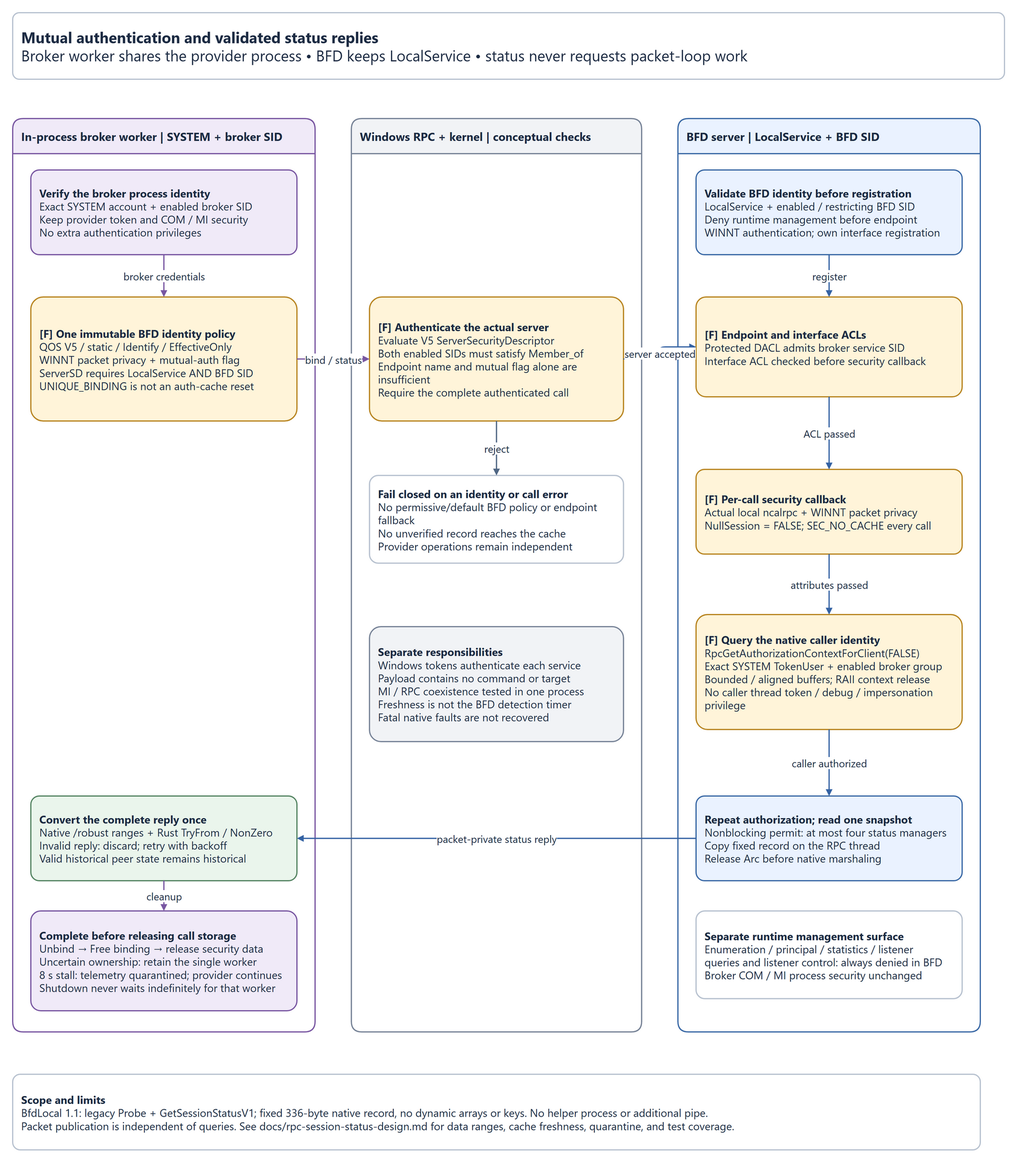
Earlier version of the draw.io export docs/images/service-communication-authentication.png (miketheitguy/bfd-winservice). Source tidied: cells renumbered, new cells last; positions are measured from the earlier drawing's top-left corner, leaving out a move shared by most shapes.
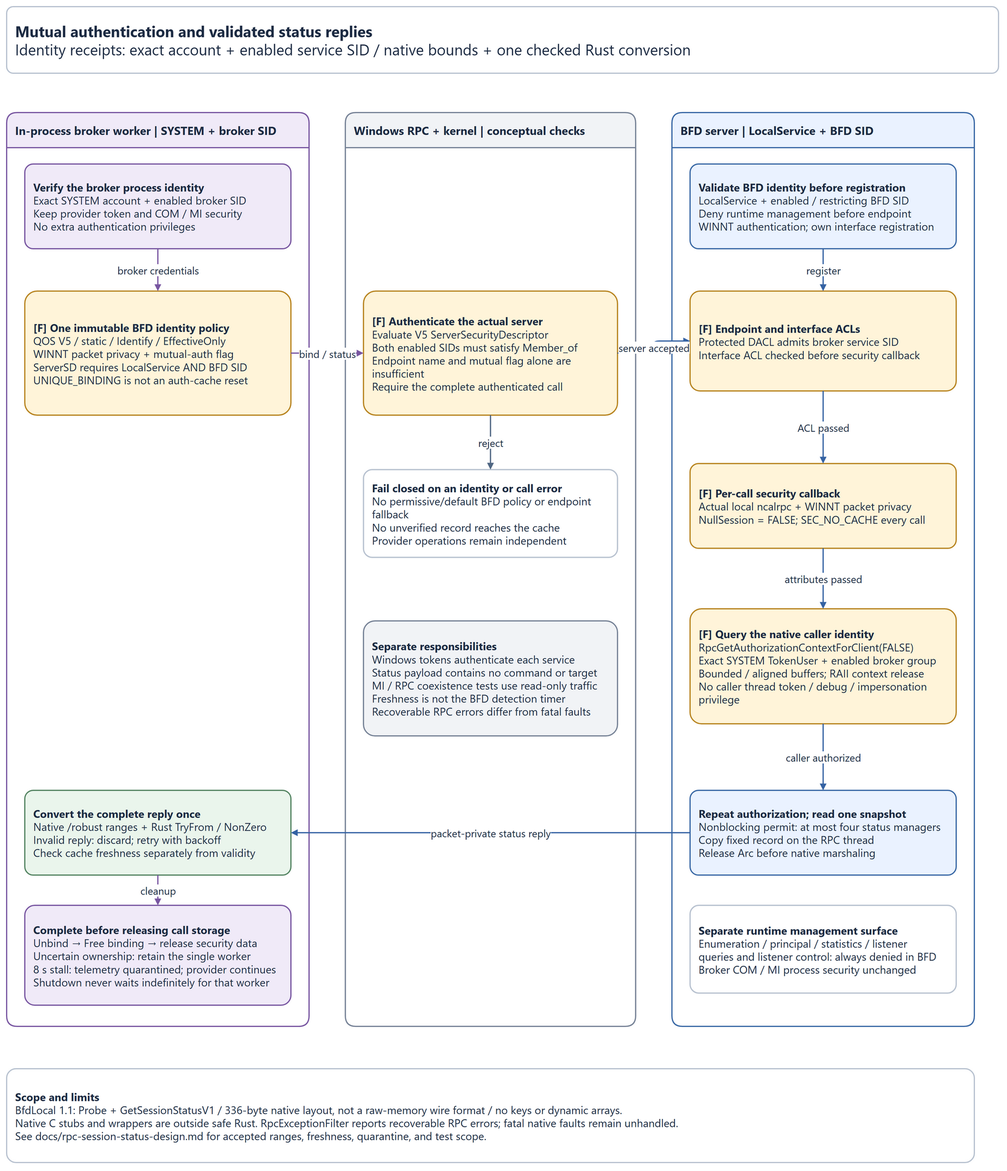
The same file after the commit.

Change to the diagram source:
```diff
@@ -2,7 +2,7 @@
   <root>
     <mxCell id="0" />
     <mxCell id="1" parent="0" />
-    <mxCell id="2" value="&lt;b&gt;Mutual authentication and validated status replies&lt;/b&gt;&lt;br&gt;Broker worker shares the provider process • BFD keeps LocalService • status never requests packet-loop work" style="rounded=1;arcSize=10;whiteSpace=wrap;html=1;fillColor=#FFFFFF;strokeColor=#B8C2D0;strokeWidth=2;fontFamily=Segoe UI;fontSize=25;fontColor=#1C2B43;spacing=14;align=left;verticalAlign=middle;" parent="1" vertex="1">
+    <mxCell id="2" value="&lt;b&gt;Mutual authentication and validated status replies&lt;/b&gt;&lt;br&gt;Identity receipts: exact account + enabled service SID / native bounds + one checked Rust conversion" style="rounded=1;arcSize=10;whiteSpace=wrap;html=1;fillColor=#FFFFFF;strokeColor=#B8C2D0;strokeWidth=2;fontFamily=Segoe UI;fontSize=25;fontColor=#1C2B43;spacing=14;align=left;verticalAlign=middle;" parent="1" vertex="1">
       <mxGeometry width="1640" height="110" as="geometry" />
     </mxCell>
     <mxCell id="3" value="&lt;b&gt;In-process broker worker | SYSTEM + broker SID&lt;/b&gt;" style="rounded=1;arcSize=10;whiteSpace=wrap;html=1;fillColor=#F0EAF8;strokeColor=#7957A2;strokeWidth=2;fontFamily=Segoe UI;fontSize=19;fontColor=#1C2B43;spacing=14;align=left;verticalAlign=middle;shape=swimlane;startSize=58;horizontal=1;swimlaneLine=1;" parent="1" vertex="1">
@@ -38,7 +38,7 @@
     <mxCell id="13" value="&lt;b&gt;Repeat authorization; read one snapshot&lt;/b&gt;&lt;br&gt;Nonblocking permit: at most four status managers&lt;br&gt;Copy fixed record on the RPC thread&lt;br&gt;Release Arc before native marshaling" style="rounded=1;arcSize=10;whiteSpace=wrap;html=1;fillColor=#EAF2FF;strokeColor=#3A69A6;strokeWidth=2;fontFamily=Segoe UI;fontSize=18;fontColor=#1C2B43;spacing=14;align=left;verticalAlign=middle;" parent="5" vertex="1">
       <mxGeometry x="30" y="1120" width="440" height="140" as="geometry" />
     </mxCell>
-    <mxCell id="14" value="&lt;b&gt;Convert the complete reply once&lt;/b&gt;&lt;br&gt;Native /robust ranges + Rust TryFrom / NonZero&lt;br&gt;Invalid reply: discard; retry with backoff&lt;br&gt;Valid historical peer state remains historical" style="rounded=1;arcSize=10;whiteSpace=wrap;html=1;fillColor=#EAF5EC;strokeColor=#558563;strokeWidth=2;fontFamily=Segoe UI;fontSize=18;fontColor=#1C2B43;spacing=14;align=left;verticalAlign=middle;" parent="3" vertex="1">
+    <mxCell id="14" value="&lt;b&gt;Convert the complete reply once&lt;/b&gt;&lt;br&gt;Native /robust ranges + Rust TryFrom / NonZero&lt;br&gt;Invalid reply: discard; retry with backoff&lt;br&gt;Check cache freshness separately from validity" style="rounded=1;arcSize=10;whiteSpace=wrap;html=1;fillColor=#EAF5EC;strokeColor=#558563;strokeWidth=2;fontFamily=Segoe UI;fontSize=18;fontColor=#1C2B43;spacing=14;align=left;verticalAlign=middle;" parent="3" vertex="1">
       <mxGeometry x="30" y="1120" width="440" height="140" as="geometry" />
     </mxCell>
     <mxCell id="15" value="&lt;b&gt;Complete before releasing call storage&lt;/b&gt;&lt;br&gt;Unbind → Free binding → release security data&lt;br&gt;Uncertain ownership: retain the single worker&lt;br&gt;8 s stall: telemetry quarantined; provider continues&lt;br&gt;Shutdown never waits indefinitely for that worker" style="rounded=1;arcSize=10;whiteSpace=wrap;html=1;fillColor=#F0EAF8;strokeColor=#7957A2;strokeWidth=2;fontFamily=Segoe UI;fontSize=18;fontColor=#1C2B43;spacing=14;align=left;verticalAlign=middle;" parent="3" vertex="1">
@@ -47,7 +47,7 @@
     <mxCell id="16" value="&lt;b&gt;Fail closed on an identity or call error&lt;/b&gt;&lt;br&gt;No permissive/default BFD policy or endpoint fallback&lt;br&gt;No unverified record reaches the cache&lt;br&gt;Provider operations remain independent" style="rounded=1;arcSize=10;whiteSpace=wrap;html=1;fillColor=#FFFFFF;strokeColor=#B8C2D0;strokeWidth=2;fontFamily=Segoe UI;fontSize=18;fontColor=#1C2B43;spacing=14;align=left;verticalAlign=middle;" parent="4" vertex="1">
       <mxGeometry x="30" y="590" width="420" height="145" as="geometry" />
     </mxCell>
-    <mxCell id="17" value="&lt;b&gt;Separate responsibilities&lt;/b&gt;&lt;br&gt;Windows tokens authenticate each service&lt;br&gt;Payload contains no command or target&lt;br&gt;MI / RPC coexistence tested in one process&lt;br&gt;Freshness is not the BFD detection timer&lt;br&gt;Fatal native faults are not recovered" style="rounded=1;arcSize=10;whiteSpace=wrap;html=1;fillColor=#F1F3F6;strokeColor=#778397;strokeWidth=2;fontFamily=Segoe UI;fontSize=18;fontColor=#1C2B43;spacing=14;align=left;verticalAlign=middle;" parent="4" vertex="1">
+    <mxCell id="17" value="&lt;b&gt;Separate responsibilities&lt;/b&gt;&lt;br&gt;Windows tokens authenticate each service&lt;br&gt;Status payload contains no command or target&lt;br&gt;MI / RPC coexistence tests use read-only traffic&lt;br&gt;Freshness is not the BFD detection timer&lt;br&gt;Recoverable RPC errors differ from fatal faults" style="rounded=1;arcSize=10;whiteSpace=wrap;html=1;fillColor=#F1F3F6;strokeColor=#778397;strokeWidth=2;fontFamily=Segoe UI;fontSize=18;fontColor=#1C2B43;spacing=14;align=left;verticalAlign=middle;" parent="4" vertex="1">
       <mxGeometry x="30" y="840" width="420" height="190" as="geometry" />
     </mxCell>
     <mxCell id="18" value="&lt;b&gt;Separate runtime management surface&lt;/b&gt;&lt;br&gt;Enumeration / principal / statistics / listener&lt;br&gt;queries and listener control: always denied in BFD&lt;br&gt;Broker COM / MI process security unchanged" style="rounded=1;arcSize=10;whiteSpace=wrap;html=1;fillColor=#FFFFFF;strokeColor=#B8C2D0;strokeWidth=2;fontFamily=Segoe UI;fontSize=18;fontColor=#1C2B43;spacing=14;align=left;verticalAlign=middle;" parent="5" vertex="1">
@@ -83,8 +83,8 @@
     <mxCell id="28" value="cleanup" style="edgeStyle=orthogonalEdgeStyle;rounded=1;html=1;strokeColor=#7957A2;strokeWidth=2;endArrow=block;endFill=1;fontFamily=Segoe UI;fontSize=17;fontColor=#1C2B43;labelBackgroundColor=#FFFFFF;spacing=6;jettySize=auto;" parent="3" edge="1" source="14" target="15">
       <mxGeometry relative="1" as="geometry" />
     </mxCell>
-    <mxCell id="29" value="&lt;b&gt;Scope and limits&lt;/b&gt;&lt;br&gt;BfdLocal 1.1: legacy Probe + GetSessionStatusV1; fixed 336-byte native record, no dynamic arrays or keys. No helper process or additional pipe.&lt;br&gt;Packet publication is independent of queries. See docs/rpc-session-status-design.md for data ranges, cache freshness, quarantine, and test coverage." style="rounded=1;arcSize=10;whiteSpace=wrap;html=1;fillColor=#FFFFFF;strokeColor=#B8C2D0;strokeWidth=2;fontFamily=Segoe UI;fontSize=18;fontColor=#1C2B43;spacing=14;align=left;verticalAlign=middle;" parent="1" vertex="1">
-      <mxGeometry y="1755" width="1600" height="125" as="geometry" />
+    <mxCell id="29" value="&lt;b&gt;Scope and limits&lt;/b&gt;&lt;br&gt;BfdLocal 1.1: Probe + GetSessionStatusV1 / 336-byte native layout, not a raw-memory wire format / no keys or dynamic arrays.&lt;br&gt;Native C stubs and wrappers are outside safe Rust. RpcExceptionFilter reports recoverable RPC errors; fatal native faults remain unhandled.&lt;br&gt;See docs/rpc-session-status-design.md for accepted ranges, freshness, quarantine, and test scope." style="rounded=1;arcSize=10;whiteSpace=wrap;html=1;fillColor=#FFFFFF;strokeColor=#B8C2D0;strokeWidth=2;fontFamily=Segoe UI;fontSize=18;fontColor=#1C2B43;spacing=14;align=left;verticalAlign=middle;" parent="1" vertex="1">
+      <mxGeometry y="1755" width="1600" height="155" as="geometry" />
     </mxCell>
   </root>
 </mxGraphModel>
```
